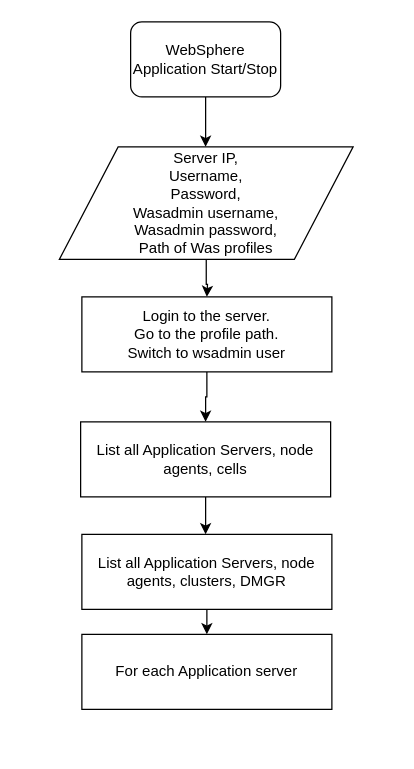
shobith-chadaga/Angular-GettingStarted keeps this draw.io diagram as Untitled Diagram.drawio. Above is the earlier version. Source tidied: cells renumbered, new cells numbered last; positions are measured from the earlier drawing's top-left corner, leaving out a move shared by most shapes. Both pictures are drawn from the tidied source at 125%, with x=0, y=0 at pixel (59, 21).
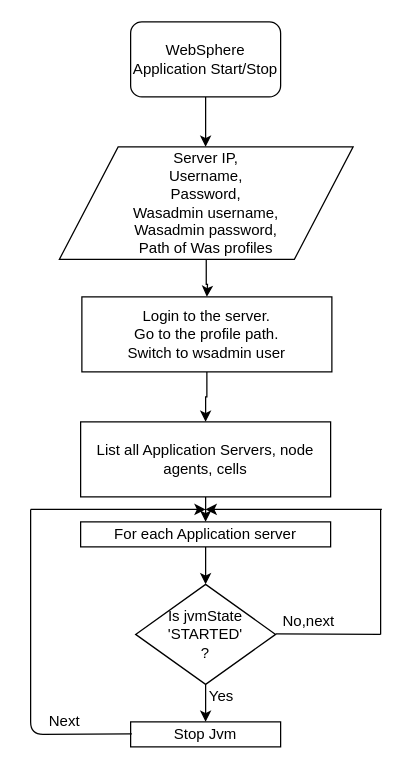
The same page after the edit.

The change refers to these unchanged cells:
```xml
<mxCell id="7" value="Login to the server.&lt;br&gt;Go to the profile path.&lt;br&gt;Switch to wsadmin user" style="rounded=0;whiteSpace=wrap;html=1;" parent="1" vertex="1">
  <mxGeometry x="18" y="220" width="200" height="60" as="geometry" />
</mxCell>
<mxCell id="9" value="List all Application Servers, node agents, cells" style="rounded=0;whiteSpace=wrap;html=1;" parent="1" vertex="1">
  <mxGeometry x="17" y="320" width="200" height="60" as="geometry" />
</mxCell>
```

Change to the diagram source:
```diff
@@
-    <mxCell id="6" style="edgeStyle=orthogonalEdgeStyle;rounded=0;jettySize=auto;html=1;" parent="1" edge="1" source="7">
-      <mxGeometry relative="1" as="geometry">
-        <mxPoint x="117" y="320" as="targetPoint" />
-        <Array as="points">
-          <mxPoint x="118" y="300" />
-          <mxPoint x="117" y="300" />
-        </Array>
-      </mxGeometry>
-    </mxCell>
+    <mxCell id="13" style="edgeStyle=orthogonalEdgeStyle;rounded=0;jettySize=auto;html=1;exitX=0.5;exitY=1;exitDx=0;exitDy=0;entryX=0.5;entryY=0;entryDx=0;entryDy=0;" parent="1" edge="1" source="7" target="9">
+      <mxGeometry relative="1" as="geometry" />
+    </mxCell>
@@
-    <mxCell id="8" style="edgeStyle=orthogonalEdgeStyle;rounded=0;jettySize=auto;html=1;" parent="1" edge="1" source="9">
-      <mxGeometry relative="1" as="geometry">
-        <mxPoint x="117" y="410" as="targetPoint" />
-      </mxGeometry>
-    </mxCell>
+    <mxCell id="14" style="edgeStyle=orthogonalEdgeStyle;rounded=0;jettySize=auto;html=1;exitX=0.5;exitY=1;exitDx=0;exitDy=0;entryX=0.5;entryY=0;entryDx=0;entryDy=0;" parent="1" edge="1" source="9" target="12">
+      <mxGeometry relative="1" as="geometry" />
+    </mxCell>
@@
-    <mxCell id="10" style="edgeStyle=orthogonalEdgeStyle;rounded=0;jettySize=auto;html=1;" parent="1" edge="1" source="11">
-      <mxGeometry relative="1" as="geometry">
-        <mxPoint x="118" y="490" as="targetPoint" />
-      </mxGeometry>
-    </mxCell>
-    <mxCell id="11" value="List all Application Servers, node agents, clusters, DMGR" style="rounded=0;whiteSpace=wrap;html=1;" parent="1" vertex="1">
-      <mxGeometry x="18" y="410" width="200" height="60" as="geometry" />
-    </mxCell>
+    <mxCell id="15" style="edgeStyle=orthogonalEdgeStyle;rounded=0;jettySize=auto;html=1;exitX=0.5;exitY=1;exitDx=0;exitDy=0;entryX=0.5;entryY=0;entryDx=0;entryDy=0;" parent="1" edge="1" source="12" target="17">
+      <mxGeometry relative="1" as="geometry" />
+    </mxCell>
     <mxCell id="12" value="For each Application server" style="rounded=0;whiteSpace=wrap;html=1;" parent="1" vertex="1">
-      <mxGeometry x="18" y="490" width="200" height="60" as="geometry" />
+      <mxGeometry x="17" y="400" width="200" height="20" as="geometry" />
     </mxCell>
+    <mxCell id="16" style="edgeStyle=orthogonalEdgeStyle;rounded=0;jettySize=auto;html=1;exitX=0.5;exitY=1;exitDx=0;exitDy=0;" parent="1" edge="1" source="17">
+      <mxGeometry relative="1" as="geometry">
+        <mxPoint x="117" y="560" as="targetPoint" />
+      </mxGeometry>
+    </mxCell>
+    <mxCell id="17" value="Is jvmState 'STARTED'&lt;br&gt;?" style="rhombus;whiteSpace=wrap;html=1;" parent="1" vertex="1">
+      <mxGeometry x="61" y="450" width="112" height="80" as="geometry" />
+    </mxCell>
+    <mxCell id="18" value="Stop Jvm" style="rounded=0;whiteSpace=wrap;html=1;" parent="1" vertex="1">
+      <mxGeometry x="57" y="560" width="120" height="20" as="geometry" />
+    </mxCell>
+    <mxCell id="19" value="Yes" style="text;html=1;align=left;verticalAlign=top;spacingTop=-4;" parent="1" vertex="1">
+      <mxGeometry x="118" y="530" width="40" height="20" as="geometry" />
+    </mxCell>
+    <mxCell id="20" style="endArrow=none;html=1;" parent="1" edge="1">
+      <mxGeometry relative="1" as="geometry">
+        <mxPoint x="173" y="489.5" as="sourcePoint" />
+        <mxPoint x="257" y="490" as="targetPoint" />
+      </mxGeometry>
+    </mxCell>
+    <mxCell id="21" style="endArrow=none;html=1;" parent="1" edge="1">
+      <mxGeometry relative="1" as="geometry">
+        <mxPoint x="257" y="490" as="sourcePoint" />
+        <mxPoint x="257" y="390" as="targetPoint" />
+      </mxGeometry>
+    </mxCell>
+    <mxCell id="22" value="No,next" style="text;html=1;align=left;verticalAlign=top;spacingTop=-4;" parent="1" vertex="1">
+      <mxGeometry x="177" y="470" width="60" height="20" as="geometry" />
+    </mxCell>
+    <mxCell id="23" style="endArrow=classic;html=1;" parent="1" edge="1">
+      <mxGeometry relative="1" as="geometry">
+        <mxPoint x="258" y="390" as="sourcePoint" />
+        <mxPoint x="117" y="390" as="targetPoint" />
+      </mxGeometry>
+    </mxCell>
+    <mxCell id="24" style="endArrow=none;html=1;" parent="1" edge="1">
+      <mxGeometry relative="1" as="geometry">
+        <mxPoint x="-23" y="390" as="sourcePoint" />
+        <mxPoint x="58" y="569.5" as="targetPoint" />
+        <Array as="points">
+          <mxPoint x="-23" y="490" />
+          <mxPoint x="-23" y="570" />
+        </Array>
+      </mxGeometry>
+    </mxCell>
+    <mxCell id="25" style="endArrow=classic;html=1;" parent="1" edge="1">
+      <mxGeometry relative="1" as="geometry">
+        <mxPoint x="-23" y="390" as="sourcePoint" />
+        <mxPoint x="117" y="390" as="targetPoint" />
+      </mxGeometry>
+    </mxCell>
+    <mxCell id="26" value="Next" style="text;html=1;align=left;verticalAlign=top;spacingTop=-4;" parent="1" vertex="1">
+      <mxGeometry x="-10" y="550" width="40" height="20" as="geometry" />
+    </mxCell>
```
